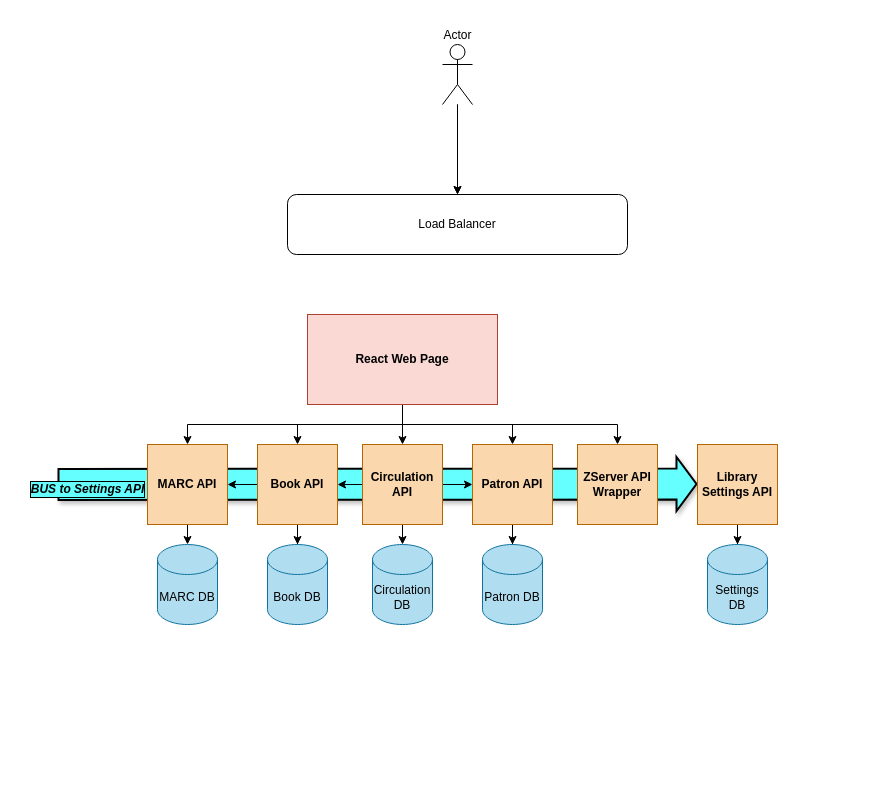
The draw.io diagram Untitled Diagram.drawio in KalebPapesh/library-app, before the edit. Source tidied: cells renumbered, new cells numbered last; positions are measured from the earlier drawing's top-left corner, leaving out a move shared by most shapes. Both pictures are drawn from the tidied source at 100%, with x=0, y=0 at pixel (57, 44).
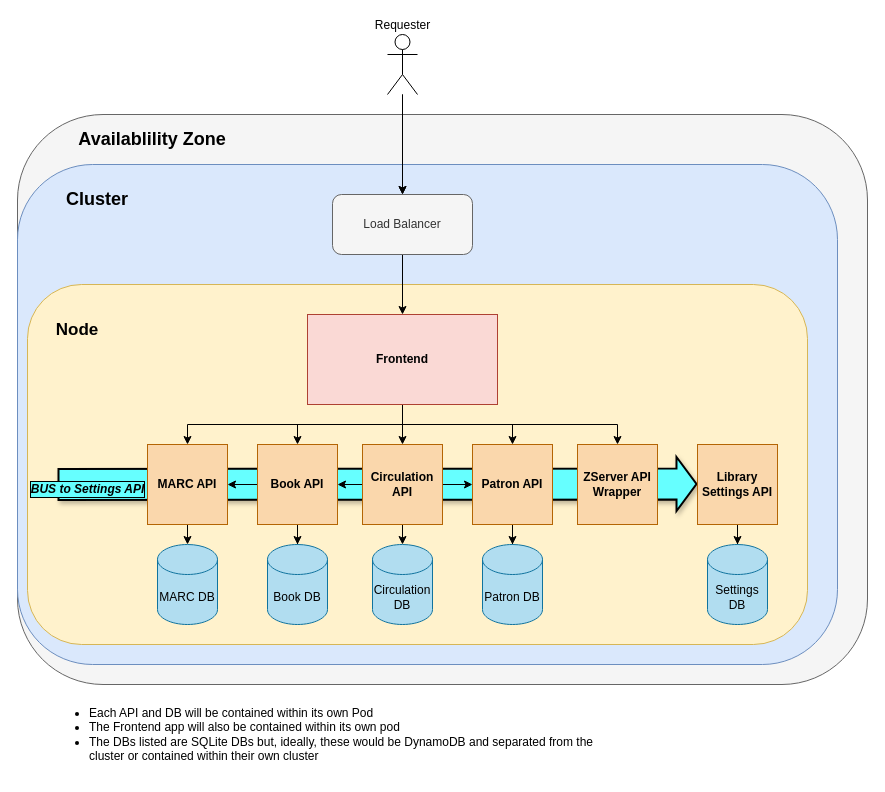
The same diagram, later.

What changed in the source:
```diff
@@
-<mxGraphModel>
+<mxGraphModel background="#FFFFFF">
@@
+    <mxCell id="34" style="rounded=1;whiteSpace=wrap;html=1;fillColor=#f5f5f5;fontColor=#333333;strokeColor=#666666;" parent="1" vertex="1">
+      <mxGeometry x="-40" y="70" width="850" height="570" as="geometry" />
+    </mxCell>
+    <mxCell id="35" style="rounded=1;whiteSpace=wrap;html=1;fillColor=#dae8fc;strokeColor=#6c8ebf;" parent="1" vertex="1">
+      <mxGeometry x="-40" y="120" width="820" height="500" as="geometry" />
+    </mxCell>
+    <mxCell id="36" style="rounded=1;whiteSpace=wrap;html=1;fillColor=#fff2cc;strokeColor=#d6b656;" parent="1" vertex="1">
+      <mxGeometry x="-30" y="240" width="780" height="360" as="geometry" />
+    </mxCell>
@@
-    <mxCell id="6" value="Actor" style="shape=umlActor;verticalLabelPosition=top;verticalAlign=bottom;html=1;outlineConnect=0;labelPosition=center;align=center;" parent="1" vertex="1">
-      <mxGeometry x="385" width="30" height="60" as="geometry" />
+    <mxCell id="6" value="Requester" style="shape=umlActor;verticalLabelPosition=top;verticalAlign=bottom;html=1;outlineConnect=0;labelPosition=center;align=center;" parent="1" vertex="1">
+      <mxGeometry x="330" y="-10" width="30" height="60" as="geometry" />
     </mxCell>
+    <mxCell id="37" style="edgeStyle=orthogonalEdgeStyle;rounded=0;jettySize=auto;html=1;exitX=0.5;exitY=1;exitDx=0;exitDy=0;" parent="1" edge="1" source="7" target="13">
+      <mxGeometry relative="1" as="geometry" />
+    </mxCell>
-    <mxCell id="7" value="Load Balancer" style="rounded=1;whiteSpace=wrap;html=1;" parent="1" vertex="1">
-      <mxGeometry x="230" y="150" width="340" height="60" as="geometry" />
+    <mxCell id="7" value="Load Balancer" style="rounded=1;whiteSpace=wrap;html=1;fillColor=#f5f5f5;fontColor=#333333;strokeColor=#666666;" parent="1" vertex="1">
+      <mxGeometry x="275" y="150" width="140" height="60" as="geometry" />
     </mxCell>
@@
-    <mxCell id="13" value="React Web Page" style="rounded=0;whiteSpace=wrap;html=1;fillColor=#fad9d5;strokeColor=#ae4132;fontStyle=1;" parent="1" vertex="1">
+    <mxCell id="13" value="Frontend" style="rounded=0;whiteSpace=wrap;html=1;fillColor=#fad9d5;strokeColor=#ae4132;fontStyle=1;" parent="1" vertex="1">
       <mxGeometry x="250" y="270" width="190" height="90" as="geometry" />
     </mxCell>
@@
+    <mxCell id="38" value="&lt;h2&gt;&lt;b&gt;&lt;font style=&quot;font-size: 17px;&quot;&gt;Node&lt;/font&gt;&lt;/b&gt;&lt;/h2&gt;" style="text;html=1;strokeColor=none;fillColor=none;align=center;verticalAlign=middle;whiteSpace=wrap;rounded=0;" parent="1" vertex="1">
+      <mxGeometry x="-10" y="270" width="60" height="30" as="geometry" />
+    </mxCell>
+    <mxCell id="39" value="&lt;h2&gt;&lt;b&gt;Cluster&lt;/b&gt;&lt;/h2&gt;" style="text;html=1;strokeColor=none;fillColor=none;align=center;verticalAlign=middle;whiteSpace=wrap;rounded=0;" parent="1" vertex="1">
+      <mxGeometry x="10" y="140" width="60" height="30" as="geometry" />
+    </mxCell>
+    <mxCell id="40" value="&lt;h2&gt;Availablility Zone&lt;/h2&gt;" style="text;html=1;strokeColor=none;fillColor=none;align=center;verticalAlign=middle;whiteSpace=wrap;rounded=0;" parent="1" vertex="1">
+      <mxGeometry x="10" y="80" width="170" height="30" as="geometry" />
+    </mxCell>
+    <mxCell id="41" value="&lt;ul&gt;&lt;li&gt;Each API and DB will be contained within its own Pod&lt;/li&gt;&lt;li&gt;The Frontend app will also be contained within its own pod&lt;/li&gt;&lt;li&gt;The DBs listed are SQLite DBs but, ideally, these would be DynamoDB and separated from the cluster or contained within their own cluster&lt;/li&gt;&lt;/ul&gt;" style="text;html=1;strokeColor=none;fillColor=none;align=left;verticalAlign=middle;whiteSpace=wrap;rounded=0;" parent="1" vertex="1">
+      <mxGeometry x="-10" y="660" width="550" height="60" as="geometry" />
+    </mxCell>
```
